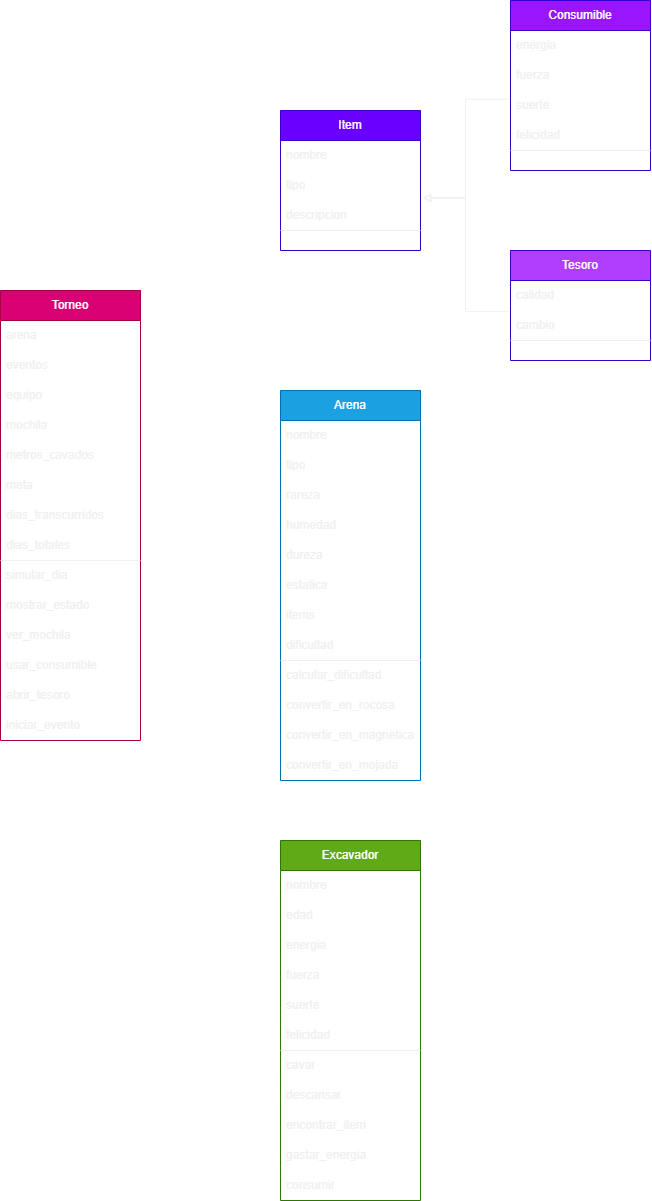
Above: Tareas/T1/diagrama_clases.drawio.png in benjahuenchunir/benjahuenchunir-iic2233-2023-1 (draw.io), before the change. Source tidied: cells renumbered, new cells last; positions are measured from the earlier drawing's top-left corner, leaving out a move shared by most shapes.
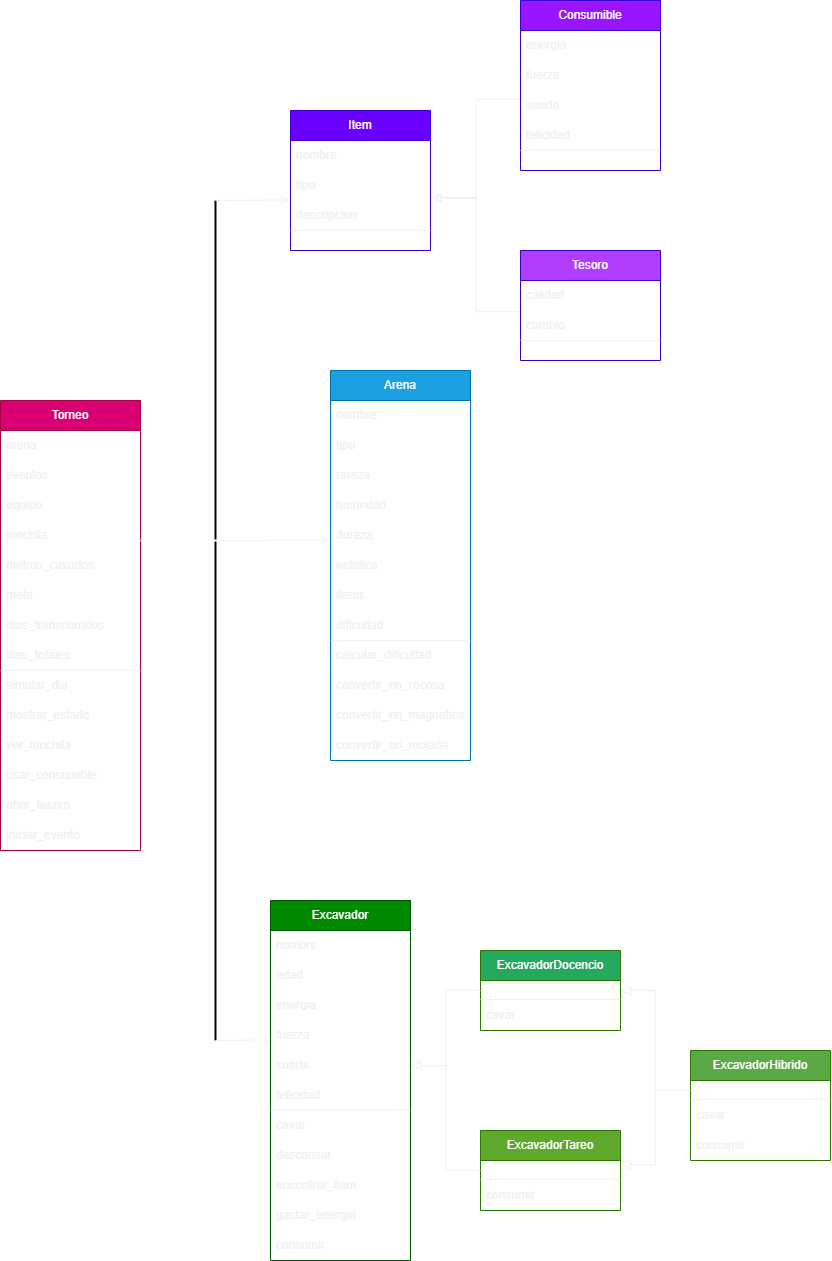
Later version of the same file.

Commit message:
Diagrama de clases listo

The edit, as a diff of the source:
```diff
@@ -3,7 +3,7 @@
     <mxCell id="0" />
     <mxCell id="1" parent="0" />
     <mxCell id="2" value="Torneo" style="swimlane;fontStyle=0;horizontal=1;startSize=30;whiteSpace=wrap;html=1;fillColor=#d80073;fontColor=#ffffff;strokeColor=#A50040;swimlaneLine=1;glass=0;rounded=0;shadow=0;" parent="1" vertex="1">
-      <mxGeometry y="290" width="140" height="450" as="geometry" />
+      <mxGeometry x="-10" y="400" width="140" height="450" as="geometry" />
     </mxCell>
     <mxCell id="3" value="arena" style="text;strokeColor=none;fillColor=none;align=left;verticalAlign=middle;spacingLeft=4;spacingRight=4;overflow=hidden;whiteSpace=wrap;html=1;fontColor=#F0F0F0;" parent="2" vertex="1">
       <mxGeometry y="30" width="140" height="30" as="geometry" />
@@ -123,7 +123,7 @@
       <mxGeometry relative="1" as="geometry" />
     </mxCell>
     <mxCell id="38" value="Arena" style="swimlane;fontStyle=0;horizontal=1;startSize=30;whiteSpace=wrap;html=1;fillColor=#1ba1e2;fontColor=#ffffff;strokeColor=#006EAF;swimlaneLine=1;glass=0;rounded=0;shadow=0;" parent="1" vertex="1">
-      <mxGeometry x="280" y="390" width="140" height="390" as="geometry" />
+      <mxGeometry x="320" y="370" width="140" height="390" as="geometry" />
     </mxCell>
     <mxCell id="39" value="nombre" style="text;strokeColor=none;fillColor=none;align=left;verticalAlign=middle;spacingLeft=4;spacingRight=4;overflow=hidden;whiteSpace=wrap;html=1;fontColor=#F0F0F0;" parent="38" vertex="1">
       <mxGeometry y="30" width="140" height="30" as="geometry" />
@@ -167,8 +167,8 @@
     <mxCell id="51" value="convertir_en_mojada" style="text;strokeColor=none;fillColor=none;align=left;verticalAlign=middle;spacingLeft=4;spacingRight=4;overflow=hidden;whiteSpace=wrap;html=1;fontColor=#F0F0F0;" parent="38" vertex="1">
       <mxGeometry y="360" width="140" height="30" as="geometry" />
     </mxCell>
-    <mxCell id="52" value="Excavador" style="swimlane;fontStyle=0;horizontal=1;startSize=30;whiteSpace=wrap;html=1;fillColor=#60a917;fontColor=#ffffff;strokeColor=#2D7600;swimlaneLine=1;glass=0;rounded=0;shadow=0;" parent="1" vertex="1">
-      <mxGeometry x="280" y="840" width="140" height="360" as="geometry" />
+    <mxCell id="52" value="Excavador" style="swimlane;fontStyle=0;horizontal=1;startSize=30;whiteSpace=wrap;html=1;fillColor=#008a00;fontColor=#ffffff;strokeColor=#005700;swimlaneLine=1;glass=0;rounded=0;shadow=0;" parent="1" vertex="1">
+      <mxGeometry x="260" y="900" width="140" height="360" as="geometry" />
     </mxCell>
     <mxCell id="53" value="nombre" style="text;strokeColor=none;fillColor=none;align=left;verticalAlign=middle;spacingLeft=4;spacingRight=4;overflow=hidden;whiteSpace=wrap;html=1;fontColor=#F0F0F0;" parent="52" vertex="1">
       <mxGeometry y="30" width="140" height="30" as="geometry" />
@@ -209,5 +209,83 @@
     <mxCell id="64" value="consumir" style="text;strokeColor=none;fillColor=none;align=left;verticalAlign=middle;spacingLeft=4;spacingRight=4;overflow=hidden;whiteSpace=wrap;html=1;fontColor=#F0F0F0;" parent="52" vertex="1">
       <mxGeometry y="330" width="140" height="30" as="geometry" />
     </mxCell>
+    <mxCell id="65" value="ExcavadorDocencio" style="swimlane;fontStyle=0;horizontal=1;startSize=30;whiteSpace=wrap;html=1;fillColor=#25A95E;fontColor=#ffffff;strokeColor=#2D7600;swimlaneLine=1;glass=0;rounded=0;shadow=0;" parent="1" vertex="1">
+      <mxGeometry x="470" y="950" width="140" height="80" as="geometry" />
+    </mxCell>
+    <mxCell id="66" style="text;strokeColor=none;fillColor=none;align=left;verticalAlign=middle;spacingLeft=4;spacingRight=4;overflow=hidden;points=[[0,0.5],[1,0.5]];portConstraint=eastwest;whiteSpace=wrap;html=1;fontColor=#F0F0F0;" parent="65" vertex="1">
+      <mxGeometry y="30" width="140" height="20" as="geometry" />
+    </mxCell>
+    <mxCell id="67" style="endArrow=none;html=1;exitX=0;exitY=0.5;exitDx=0;exitDy=0;entryX=1;entryY=0.5;entryDx=0;entryDy=0;labelBackgroundColor=#F0F0F0;strokeColor=#F0F0F0;" parent="65" edge="1">
+      <mxGeometry relative="1" as="geometry">
+        <mxPoint y="49" as="sourcePoint" />
+        <mxPoint x="140" y="49" as="targetPoint" />
+      </mxGeometry>
+    </mxCell>
+    <mxCell id="68" value="cavar" style="text;strokeColor=none;fillColor=none;align=left;verticalAlign=middle;spacingLeft=4;spacingRight=4;overflow=hidden;whiteSpace=wrap;html=1;fontColor=#F0F0F0;" parent="65" vertex="1">
+      <mxGeometry y="50" width="140" height="30" as="geometry" />
+    </mxCell>
+    <mxCell id="69" value="ExcavadorTareo" style="swimlane;fontStyle=0;horizontal=1;startSize=30;whiteSpace=wrap;html=1;fillColor=#5EA92C;fontColor=#ffffff;strokeColor=#2D7600;swimlaneLine=1;glass=0;rounded=0;shadow=0;" parent="1" vertex="1">
+      <mxGeometry x="470" y="1130" width="140" height="80" as="geometry" />
+    </mxCell>
+    <mxCell id="70" style="text;strokeColor=none;fillColor=none;align=left;verticalAlign=middle;spacingLeft=4;spacingRight=4;overflow=hidden;points=[[0,0.5],[1,0.5]];portConstraint=eastwest;whiteSpace=wrap;html=1;fontColor=#F0F0F0;" parent="69" vertex="1">
+      <mxGeometry y="30" width="140" height="20" as="geometry" />
+    </mxCell>
+    <mxCell id="71" style="endArrow=none;html=1;exitX=0;exitY=0.5;exitDx=0;exitDy=0;entryX=1;entryY=0.5;entryDx=0;entryDy=0;labelBackgroundColor=#F0F0F0;strokeColor=#F0F0F0;" parent="69" edge="1">
+      <mxGeometry relative="1" as="geometry">
+        <mxPoint y="49" as="sourcePoint" />
+        <mxPoint x="140" y="49" as="targetPoint" />
+      </mxGeometry>
+    </mxCell>
+    <mxCell id="72" value="consumir" style="text;strokeColor=none;fillColor=none;align=left;verticalAlign=middle;spacingLeft=4;spacingRight=4;overflow=hidden;whiteSpace=wrap;html=1;fontColor=#F0F0F0;" parent="69" vertex="1">
+      <mxGeometry y="50" width="140" height="30" as="geometry" />
+    </mxCell>
+    <mxCell id="73" value="ExcavadorHibrido" style="swimlane;fontStyle=0;horizontal=1;startSize=30;whiteSpace=wrap;html=1;fillColor=#5BA944;fontColor=#ffffff;strokeColor=#2D7600;swimlaneLine=1;glass=0;rounded=0;shadow=0;" parent="1" vertex="1">
+      <mxGeometry x="680" y="1050" width="140" height="110" as="geometry" />
+    </mxCell>
+    <mxCell id="74" style="text;strokeColor=none;fillColor=none;align=left;verticalAlign=middle;spacingLeft=4;spacingRight=4;overflow=hidden;points=[[0,0.5],[1,0.5]];portConstraint=eastwest;whiteSpace=wrap;html=1;fontColor=#F0F0F0;" parent="73" vertex="1">
+      <mxGeometry y="30" width="140" height="20" as="geometry" />
+    </mxCell>
+    <mxCell id="75" style="endArrow=none;html=1;exitX=0;exitY=0.5;exitDx=0;exitDy=0;entryX=1;entryY=0.5;entryDx=0;entryDy=0;labelBackgroundColor=#F0F0F0;strokeColor=#F0F0F0;" parent="73" edge="1">
+      <mxGeometry relative="1" as="geometry">
+        <mxPoint y="49" as="sourcePoint" />
+        <mxPoint x="140" y="49" as="targetPoint" />
+      </mxGeometry>
+    </mxCell>
+    <mxCell id="76" value="cavar" style="text;strokeColor=none;fillColor=none;align=left;verticalAlign=middle;spacingLeft=4;spacingRight=4;overflow=hidden;whiteSpace=wrap;html=1;fontColor=#F0F0F0;" parent="73" vertex="1">
+      <mxGeometry y="50" width="140" height="30" as="geometry" />
+    </mxCell>
+    <mxCell id="77" value="consumir" style="text;strokeColor=none;fillColor=none;align=left;verticalAlign=middle;spacingLeft=4;spacingRight=4;overflow=hidden;whiteSpace=wrap;html=1;fontColor=#F0F0F0;" parent="73" vertex="1">
+      <mxGeometry y="80" width="140" height="30" as="geometry" />
+    </mxCell>
+    <mxCell id="78" style="edgeStyle=elbowEdgeStyle;elbow=horizontal;endArrow=block;html=1;curved=0;rounded=0;endSize=8;startSize=8;labelBackgroundColor=#F0F0F0;strokeColor=#F0F0F0;fontColor=#F0F0F0;exitX=0;exitY=0.5;exitDx=0;exitDy=0;endFill=0;" parent="1" edge="1" source="66" target="57">
+      <mxGeometry relative="1" as="geometry" />
+    </mxCell>
+    <mxCell id="79" style="edgeStyle=elbowEdgeStyle;elbow=horizontal;endArrow=block;html=1;curved=0;rounded=0;endSize=8;startSize=8;labelBackgroundColor=#F0F0F0;strokeColor=#F0F0F0;fontColor=#F0F0F0;exitX=0;exitY=0.5;exitDx=0;exitDy=0;endFill=0;" parent="1" edge="1" source="70" target="57">
+      <mxGeometry relative="1" as="geometry" />
+    </mxCell>
+    <mxCell id="80" style="edgeStyle=elbowEdgeStyle;elbow=horizontal;endArrow=block;html=1;curved=0;rounded=0;endSize=8;startSize=8;labelBackgroundColor=#F0F0F0;strokeColor=#F0F0F0;fontColor=#F0F0F0;entryX=1;entryY=0.2;entryDx=0;entryDy=0;entryPerimeter=0;exitX=0;exitY=0.5;exitDx=0;exitDy=0;endFill=0;" parent="1" edge="1" source="74" target="70">
+      <mxGeometry relative="1" as="geometry" />
+    </mxCell>
+    <mxCell id="81" style="edgeStyle=elbowEdgeStyle;elbow=horizontal;endArrow=block;html=1;curved=0;rounded=0;endSize=8;startSize=8;labelBackgroundColor=#F0F0F0;strokeColor=#F0F0F0;fontColor=#F0F0F0;exitX=0;exitY=0.5;exitDx=0;exitDy=0;endFill=0;entryX=1;entryY=0.5;entryDx=0;entryDy=0;" parent="1" edge="1" source="74" target="66">
+      <mxGeometry relative="1" as="geometry" />
+    </mxCell>
+    <mxCell id="82" style="line;strokeWidth=2;direction=south;html=1;rounded=0;shadow=0;glass=0;sketch=0;strokeColor=default;fontColor=#F0F0F0;fillColor=#B13DFF;" parent="1" vertex="1">
+      <mxGeometry x="200" y="200" width="10" height="840" as="geometry" />
+    </mxCell>
+    <mxCell id="83" style="endArrow=open;html=1;labelBackgroundColor=#F0F0F0;strokeColor=#F0F0F0;fontColor=#F0F0F0;exitX=0;exitY=0.5;exitDx=0;exitDy=0;exitPerimeter=0;entryX=-0.009;entryY=-0.02;entryDx=0;entryDy=0;entryPerimeter=0;endFill=0;" parent="1" edge="1" source="82" target="21">
+      <mxGeometry relative="1" as="geometry" />
+    </mxCell>
+    <mxCell id="84" style="endArrow=open;html=1;labelBackgroundColor=#F0F0F0;strokeColor=#F0F0F0;fontColor=#F0F0F0;exitX=0.405;exitY=0.7;exitDx=0;exitDy=0;exitPerimeter=0;endFill=0;entryX=-0.006;entryY=0.647;entryDx=0;entryDy=0;entryPerimeter=0;" parent="1" edge="1" source="82" target="43">
+      <mxGeometry relative="1" as="geometry" />
+    </mxCell>
+    <mxCell id="85" style="endArrow=open;html=1;labelBackgroundColor=#F0F0F0;strokeColor=#F0F0F0;fontColor=#F0F0F0;endFill=0;entryX=-0.007;entryY=0.644;entryDx=0;entryDy=0;entryPerimeter=0;exitX=1;exitY=0.5;exitDx=0;exitDy=0;exitPerimeter=0;" parent="1" edge="1" source="82" target="56">
+      <mxGeometry relative="1" as="geometry" />
+    </mxCell>
+    <mxCell id="86" style="rhombus;whiteSpace=wrap;html=1;rounded=0;shadow=0;glass=0;sketch=0;strokeWidth=1;strokeColor=#FFFFFF;fillColor=#FFFFFF;" parent="1" vertex="1">
+      <mxGeometry x="130" y="535" width="20" height="10" as="geometry" />
+    </mxCell>
+    <mxCell id="87" style="line;strokeWidth=2;html=1;rounded=0;shadow=0;glass=0;sketch=0;strokeColor=#FFFFFF;fontColor=#F0F0F0;fillColor=#FFFFFF;" parent="1" vertex="1">
+      <mxGeometry x="150" y="535" width="60" height="10" as="geometry" />
+    </mxCell>
   </root>
 </mxGraphModel>
```
